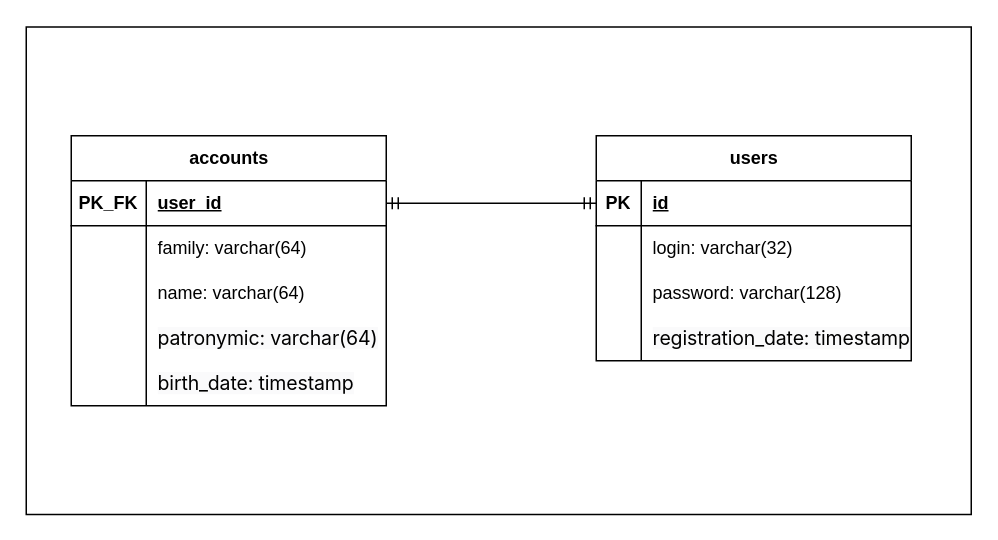
Earlier version of the draw.io diagram 6_semestr/1/python/drawio/draw.drawio (XvimChao/BD_Labs). Source tidied: cells renumbered, new cells numbered last; positions are measured from the earlier drawing's top-left corner, leaving out a move shared by most shapes. Both pictures are drawn from the tidied source at 150%, with x=0, y=0 at pixel (26, 27).
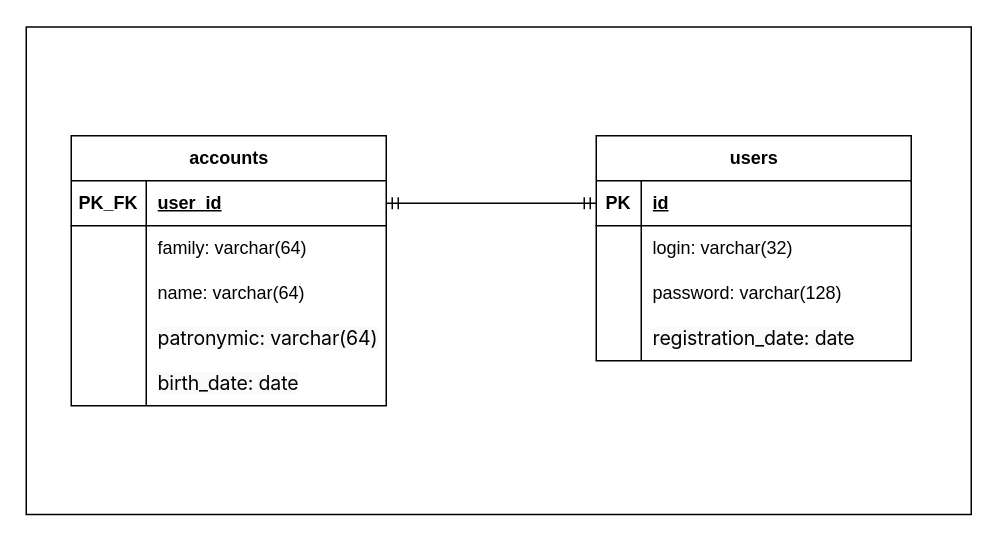
After the change.

The change refers to these unchanged cells:
```xml
<mxCell id="16" style="shape=tableRow;horizontal=0;startSize=0;swimlaneHead=0;swimlaneBody=0;fillColor=none;top=0;left=0;right=0;bottom=0;" parent="3" vertex="1">
  <mxGeometry y="150" width="210" height="30" as="geometry" />
</mxCell>
<mxCell id="29" style="shape=tableRow;horizontal=0;startSize=0;swimlaneHead=0;swimlaneBody=0;fillColor=none;top=0;left=0;right=0;bottom=0;" parent="19" vertex="1">
  <mxGeometry y="120" width="210" height="30" as="geometry" />
</mxCell>
```

Change to the diagram source:
```diff
@@
-    <mxCell id="18" value="&lt;span style=&quot;font-family: -apple-system, BlinkMacSystemFont, Roboto, &amp;quot;Open Sans&amp;quot;, &amp;quot;Helvetica Neue&amp;quot;, &amp;quot;Noto Sans Armenian&amp;quot;, &amp;quot;Noto Sans Bengali&amp;quot;, &amp;quot;Noto Sans Cherokee&amp;quot;, &amp;quot;Noto Sans Devanagari&amp;quot;, &amp;quot;Noto Sans Ethiopic&amp;quot;, &amp;quot;Noto Sans Georgian&amp;quot;, &amp;quot;Noto Sans Hebrew&amp;quot;, &amp;quot;Noto Sans Kannada&amp;quot;, &amp;quot;Noto Sans Khmer&amp;quot;, &amp;quot;Noto Sans Lao&amp;quot;, &amp;quot;Noto Sans Osmanya&amp;quot;, &amp;quot;Noto Sans Tamil&amp;quot;, &amp;quot;Noto Sans Telugu&amp;quot;, &amp;quot;Noto Sans Thai&amp;quot;, sans-serif; font-size: 13px; letter-spacing: -0.091px; white-space-collapse: preserve; background-color: rgba(0, 16, 61, 0.02);&quot;&gt;birth_date: timestamp&lt;/span&gt;" style="shape=partialRectangle;fillColor=none;top=0;left=0;bottom=0;right=0;align=left;spacingLeft=6;overflow=hidden;whiteSpace=wrap;html=1;" parent="16" vertex="1">
+    <mxCell id="18" value="&lt;span style=&quot;font-family: -apple-system, BlinkMacSystemFont, Roboto, &amp;quot;Open Sans&amp;quot;, &amp;quot;Helvetica Neue&amp;quot;, &amp;quot;Noto Sans Armenian&amp;quot;, &amp;quot;Noto Sans Bengali&amp;quot;, &amp;quot;Noto Sans Cherokee&amp;quot;, &amp;quot;Noto Sans Devanagari&amp;quot;, &amp;quot;Noto Sans Ethiopic&amp;quot;, &amp;quot;Noto Sans Georgian&amp;quot;, &amp;quot;Noto Sans Hebrew&amp;quot;, &amp;quot;Noto Sans Kannada&amp;quot;, &amp;quot;Noto Sans Khmer&amp;quot;, &amp;quot;Noto Sans Lao&amp;quot;, &amp;quot;Noto Sans Osmanya&amp;quot;, &amp;quot;Noto Sans Tamil&amp;quot;, &amp;quot;Noto Sans Telugu&amp;quot;, &amp;quot;Noto Sans Thai&amp;quot;, sans-serif; font-size: 13px; letter-spacing: -0.091px; white-space-collapse: preserve; background-color: rgba(0, 16, 61, 0.02);&quot;&gt;birth_date: date&lt;/span&gt;" style="shape=partialRectangle;fillColor=none;top=0;left=0;bottom=0;right=0;align=left;spacingLeft=6;overflow=hidden;whiteSpace=wrap;html=1;" parent="16" vertex="1">
       <mxGeometry x="50" width="160" height="30" as="geometry" />
     </mxCell>
@@
-    <mxCell id="31" value="&lt;span style=&quot;font-family: -apple-system, BlinkMacSystemFont, Roboto, &amp;quot;Open Sans&amp;quot;, &amp;quot;Helvetica Neue&amp;quot;, &amp;quot;Noto Sans Armenian&amp;quot;, &amp;quot;Noto Sans Bengali&amp;quot;, &amp;quot;Noto Sans Cherokee&amp;quot;, &amp;quot;Noto Sans Devanagari&amp;quot;, &amp;quot;Noto Sans Ethiopic&amp;quot;, &amp;quot;Noto Sans Georgian&amp;quot;, &amp;quot;Noto Sans Hebrew&amp;quot;, &amp;quot;Noto Sans Kannada&amp;quot;, &amp;quot;Noto Sans Khmer&amp;quot;, &amp;quot;Noto Sans Lao&amp;quot;, &amp;quot;Noto Sans Osmanya&amp;quot;, &amp;quot;Noto Sans Tamil&amp;quot;, &amp;quot;Noto Sans Telugu&amp;quot;, &amp;quot;Noto Sans Thai&amp;quot;, sans-serif; font-size: 13px; letter-spacing: -0.091px; white-space-collapse: preserve; background-color: rgba(0, 16, 61, 0.02);&quot;&gt;registration_date: timestamp&lt;/span&gt;" style="shape=partialRectangle;fillColor=none;top=0;left=0;bottom=0;right=0;align=left;spacingLeft=6;overflow=hidden;whiteSpace=wrap;html=1;" parent="29" vertex="1">
+    <mxCell id="31" value="&lt;span style=&quot;font-family: -apple-system, BlinkMacSystemFont, Roboto, &amp;quot;Open Sans&amp;quot;, &amp;quot;Helvetica Neue&amp;quot;, &amp;quot;Noto Sans Armenian&amp;quot;, &amp;quot;Noto Sans Bengali&amp;quot;, &amp;quot;Noto Sans Cherokee&amp;quot;, &amp;quot;Noto Sans Devanagari&amp;quot;, &amp;quot;Noto Sans Ethiopic&amp;quot;, &amp;quot;Noto Sans Georgian&amp;quot;, &amp;quot;Noto Sans Hebrew&amp;quot;, &amp;quot;Noto Sans Kannada&amp;quot;, &amp;quot;Noto Sans Khmer&amp;quot;, &amp;quot;Noto Sans Lao&amp;quot;, &amp;quot;Noto Sans Osmanya&amp;quot;, &amp;quot;Noto Sans Tamil&amp;quot;, &amp;quot;Noto Sans Telugu&amp;quot;, &amp;quot;Noto Sans Thai&amp;quot;, sans-serif; font-size: 13px; letter-spacing: -0.091px; white-space-collapse: preserve; background-color: rgba(0, 16, 61, 0.02);&quot;&gt;registration_date: date&lt;/span&gt;" style="shape=partialRectangle;fillColor=none;top=0;left=0;bottom=0;right=0;align=left;spacingLeft=6;overflow=hidden;whiteSpace=wrap;html=1;" parent="29" vertex="1">
       <mxGeometry x="30" width="180" height="30" as="geometry" />
     </mxCell>
```
